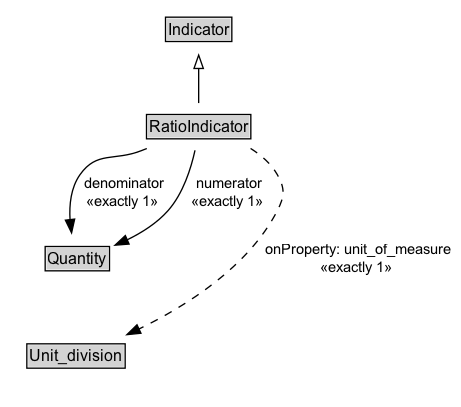
This is docs/diagrams/RatioIndicator.dot.png from ISO-TC204/ontology-i72-v1, a Graphviz export, as it was before one commit. Its source is kept beside it as docs/diagrams/RatioIndicator.dot. The source it was exported from:
```dot
digraph {
	graph [overlap=false rankdir=TB splines=true]
	node [fontname=Arial fontsize=12 margin=0 shape=none]
	edge [fontname=Arial fontsize=11]
	{
		rank=max
		RatioIndicator [label=<<TABLE BORDER="1" CELLBORDER="0" CELLSPACING="0" CELLPADDING="1"><TR><TD BGCOLOR="lightgray" ALIGN="CENTER" PORT="e">RatioIndicator</TD></TR></TABLE>> URL="../RatioIndicator.md" margin=0]
	}
	subgraph cluster_associated {
		label="" style=invis
		Invis [label=<<TABLE BORDER="0" CELLBORDER="0" CELLSPACING="0" CELLPADDING="1"><TR><TD></TD></TR></TABLE>> margin=0 style=invis]
		Quantity [label=<<TABLE BORDER="1" CELLBORDER="0" CELLSPACING="0" CELLPADDING="1"><TR><TD BGCOLOR="lightgray" ALIGN="CENTER">Quantity</TD></TR></TABLE>> URL="../Quantity.md" margin=0]
		Unit_division [label=<<TABLE BORDER="1" CELLBORDER="0" CELLSPACING="0" CELLPADDING="1"><TR><TD BGCOLOR="lightgray" ALIGN="CENTER">Unit_division</TD></TR></TABLE>> URL="../Unit_division.md" margin=0]
	}
	Indicator [label=<<TABLE BORDER="1" CELLBORDER="0" CELLSPACING="0" CELLPADDING="1"><TR><TD BGCOLOR="lightgray" ALIGN="CENTER">Indicator</TD></TR></TABLE>> URL="../Indicator.md" margin=0]
	RatioIndicator -> Indicator [arrowhead=onormal style=solid]
	RatioIndicator -> Invis [style=invis]
	Invis -> Quantity [style=invis]
	Quantity -> Unit_division [style=invis]
	RatioIndicator -> Quantity [label=" denominator
 «exactly 1»  " arrowhead=normal style=solid]
	RatioIndicator -> Quantity [label=" numerator
 «exactly 1»  " arrowhead=normal style=solid]
	RatioIndicator -> Unit_division [label=" onProperty: unit_of_measure
 «exactly 1»  " arrowhead=normal style=dashed]
}
```
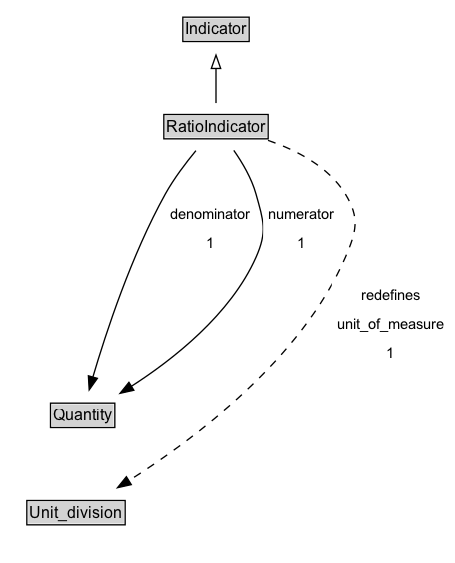
After the commit.

The edit, as a diff of the source:
```diff
@@ -3,24 +3,26 @@
 	node [fontname=Arial fontsize=12 margin=0 shape=none]
 	edge [fontname=Arial fontsize=11]
 	{
+		rank=source
+		Indicator [label=<<TABLE BORDER="1" CELLBORDER="0" CELLSPACING="0" CELLPADDING="1"><TR><TD BGCOLOR="lightgray" ALIGN="CENTER">Indicator</TD></TR></TABLE>> URL="../Indicator" margin=0]
+	}
+	RatioIndicator [label=<<TABLE BORDER="1" CELLBORDER="0" CELLSPACING="0" CELLPADDING="1"><TR><TD BGCOLOR="lightgray" ALIGN="CENTER">RatioIndicator</TD></TR></TABLE>> URL="../RatioIndicator" margin=0]
+	{
 		rank=max
-		RatioIndicator [label=<<TABLE BORDER="1" CELLBORDER="0" CELLSPACING="0" CELLPADDING="1"><TR><TD BGCOLOR="lightgray" ALIGN="CENTER" PORT="e">RatioIndicator</TD></TR></TABLE>> URL="../RatioIndicator.md" margin=0]
 	}
 	subgraph cluster_associated {
 		label="" style=invis
 		Invis [label=<<TABLE BORDER="0" CELLBORDER="0" CELLSPACING="0" CELLPADDING="1"><TR><TD></TD></TR></TABLE>> margin=0 style=invis]
-		Quantity [label=<<TABLE BORDER="1" CELLBORDER="0" CELLSPACING="0" CELLPADDING="1"><TR><TD BGCOLOR="lightgray" ALIGN="CENTER">Quantity</TD></TR></TABLE>> URL="../Quantity.md" margin=0]
-		Unit_division [label=<<TABLE BORDER="1" CELLBORDER="0" CELLSPACING="0" CELLPADDING="1"><TR><TD BGCOLOR="lightgray" ALIGN="CENTER">Unit_division</TD></TR></TABLE>> URL="../Unit_division.md" margin=0]
+		Quantity [label=<<TABLE BORDER="1" CELLBORDER="0" CELLSPACING="0" CELLPADDING="1"><TR><TD BGCOLOR="lightgray" ALIGN="CENTER">Quantity</TD></TR></TABLE>> URL="../Quantity" margin=0]
+		Unit_division [label=<<TABLE BORDER="1" CELLBORDER="0" CELLSPACING="0" CELLPADDING="1"><TR><TD BGCOLOR="lightgray" ALIGN="CENTER">Unit_division</TD></TR></TABLE>> URL="../Unit_division" margin=0]
 	}
-	Indicator [label=<<TABLE BORDER="1" CELLBORDER="0" CELLSPACING="0" CELLPADDING="1"><TR><TD BGCOLOR="lightgray" ALIGN="CENTER">Indicator</TD></TR></TABLE>> URL="../Indicator.md" margin=0]
 	RatioIndicator -> Indicator [arrowhead=onormal style=solid]
 	RatioIndicator -> Invis [style=invis]
 	Invis -> Quantity [style=invis]
 	Quantity -> Unit_division [style=invis]
-	RatioIndicator -> Quantity [label=" denominator
- «exactly 1»  " arrowhead=normal style=solid]
-	RatioIndicator -> Quantity [label=" numerator
- «exactly 1»  " arrowhead=normal style=solid]
-	RatioIndicator -> Unit_division [label=" onProperty: unit_of_measure
- «exactly 1»  " arrowhead=normal style=dashed]
+	Unit_division [label=<<TABLE BORDER="1" CELLBORDER="0" CELLSPACING="0" CELLPADDING="1"><TR><TD BGCOLOR="lightgray" ALIGN="CENTER">Unit_division</TD></TR></TABLE>> URL="../Unit_division" margin=0]
+	RatioIndicator -> Unit_division [label=<<TABLE BORDER="0" CELLBORDER="0" CELLSPACING="0" CELLPADDING="4" BGCOLOR="white"><TR><TD ALIGN="CENTER">redefines</TD></TR><TR><TD ALIGN="CENTER">unit_of_measure</TD></TR><TR><TD ALIGN="CENTER">1</TD></TR></TABLE>> arrowhead=normal style=dashed]
+	Quantity [label=<<TABLE BORDER="1" CELLBORDER="0" CELLSPACING="0" CELLPADDING="1"><TR><TD BGCOLOR="lightgray" ALIGN="CENTER">Quantity</TD></TR></TABLE>> URL="../Quantity" margin=0]
+	RatioIndicator -> Quantity [label=<<TABLE BORDER="0" CELLBORDER="0" CELLSPACING="0" CELLPADDING="4" BGCOLOR="white"><TR><TD ALIGN="CENTER">denominator</TD></TR><TR><TD ALIGN="CENTER">1</TD></TR></TABLE>> arrowhead=normal style=solid]
+	RatioIndicator -> Quantity [label=<<TABLE BORDER="0" CELLBORDER="0" CELLSPACING="0" CELLPADDING="4" BGCOLOR="white"><TR><TD ALIGN="CENTER">numerator</TD></TR><TR><TD ALIGN="CENTER">1</TD></TR></TABLE>> arrowhead=normal style=solid]
 }
```
